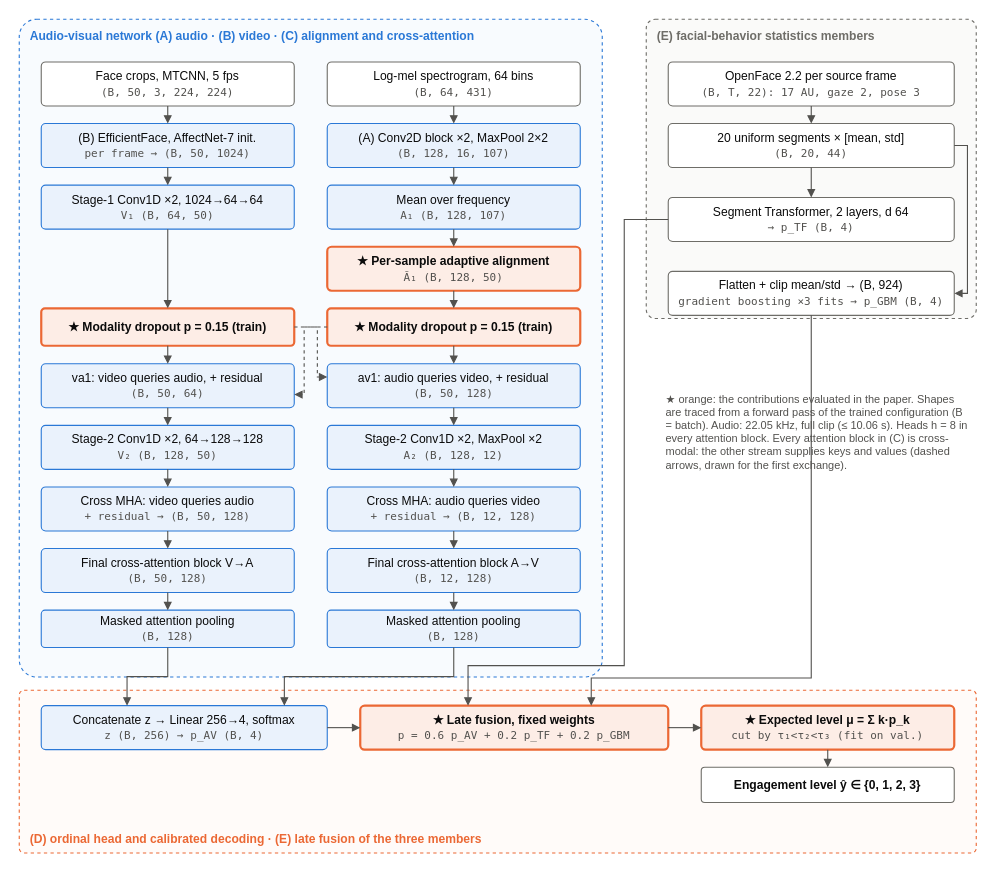
This is research/paper/figures/architecture.drawio from YuvrajGupta1808/AVTCA-Research, a draw.io file, before an edit. Source tidied: cells renumbered, new cells numbered last; positions are measured from the earlier drawing's top-left corner, leaving out a move shared by most shapes. Both pictures are drawn from the tidied source at 110%, with x=0, y=0 at pixel (19, 19).
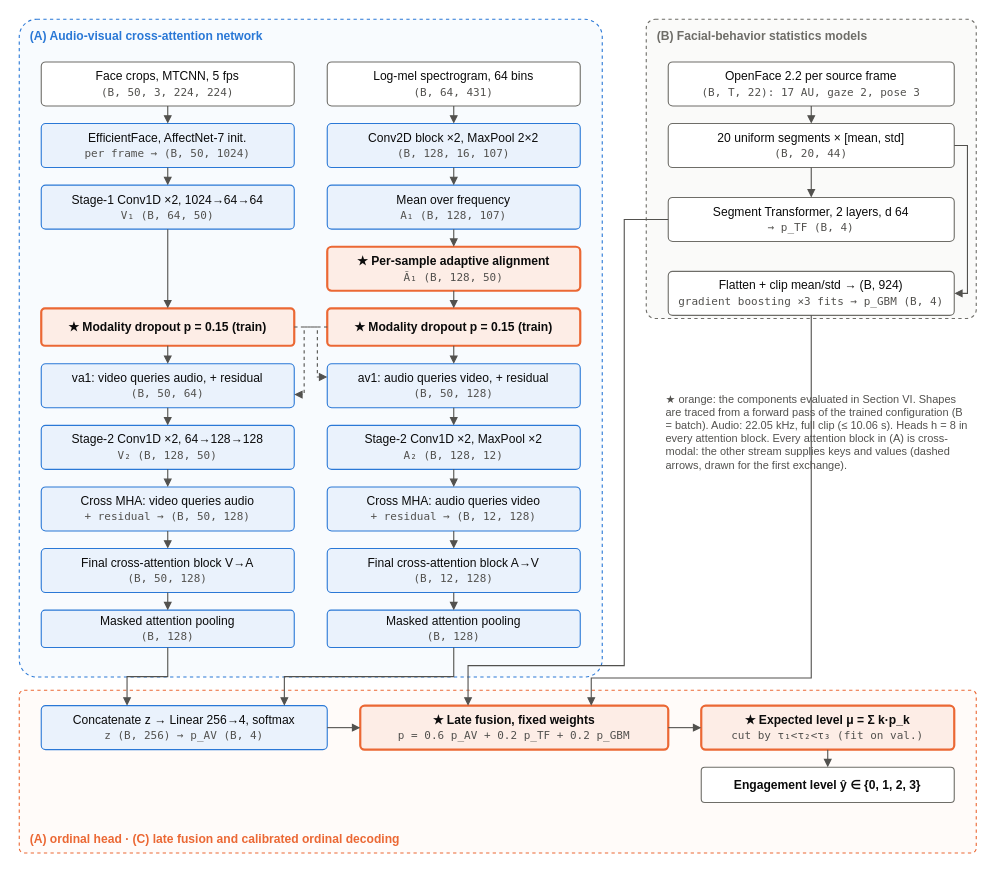
After the change.

Commit message (it also covers changes not shown here):
Paper: rewrite on the structure of the supervisor's FoleyGAN paper

What changed in the source:
```diff
@@
-    <mxCell id="2" value="Audio-visual network  (A) audio  ·  (B) video  ·  (C) alignment and cross-attention" style="rounded=1;arcSize=3;whiteSpace=wrap;html=1;dashed=1;strokeColor=#2A78D6;fillColor=#F8FBFE;verticalAlign=top;align=left;spacingLeft=8;spacingTop=2;spacingBottom=4;fontFamily=Helvetica;fontSize=11;fontStyle=1;fontColor=#2A78D6;" parent="1" vertex="1">
+    <mxCell id="2" value="(A) Audio-visual cross-attention network" style="rounded=1;arcSize=3;whiteSpace=wrap;html=1;dashed=1;strokeColor=#2A78D6;fillColor=#F8FBFE;verticalAlign=top;align=left;spacingLeft=8;spacingTop=2;spacingBottom=4;fontFamily=Helvetica;fontSize=11;fontStyle=1;fontColor=#2A78D6;" parent="1" vertex="1">
       <mxGeometry width="530" height="598" as="geometry" />
     </mxCell>
-    <mxCell id="3" value="(E) facial-behavior statistics members" style="rounded=1;arcSize=3;whiteSpace=wrap;html=1;dashed=1;strokeColor=#6E6D68;fillColor=#FAFAF9;verticalAlign=top;align=left;spacingLeft=8;spacingTop=2;spacingBottom=4;fontFamily=Helvetica;fontSize=11;fontStyle=1;fontColor=#6E6D68;" parent="1" vertex="1">
+    <mxCell id="3" value="(B) Facial-behavior statistics models" style="rounded=1;arcSize=3;whiteSpace=wrap;html=1;dashed=1;strokeColor=#6E6D68;fillColor=#FAFAF9;verticalAlign=top;align=left;spacingLeft=8;spacingTop=2;spacingBottom=4;fontFamily=Helvetica;fontSize=11;fontStyle=1;fontColor=#6E6D68;" parent="1" vertex="1">
       <mxGeometry x="570" width="300" height="272" as="geometry" />
     </mxCell>
-    <mxCell id="4" value="(D) ordinal head and calibrated decoding  ·  (E) late fusion of the three members" style="rounded=1;arcSize=3;whiteSpace=wrap;html=1;dashed=1;strokeColor=#EB6834;fillColor=#FFFBF9;verticalAlign=bottom;align=left;spacingLeft=8;spacingTop=2;spacingBottom=4;fontFamily=Helvetica;fontSize=11;fontStyle=1;fontColor=#EB6834;" parent="1" vertex="1">
+    <mxCell id="4" value="(A) ordinal head  ·  (C) late fusion and calibrated ordinal decoding" style="rounded=1;arcSize=3;whiteSpace=wrap;html=1;dashed=1;strokeColor=#EB6834;fillColor=#FFFBF9;verticalAlign=bottom;align=left;spacingLeft=8;spacingTop=2;spacingBottom=4;fontFamily=Helvetica;fontSize=11;fontStyle=1;fontColor=#EB6834;" parent="1" vertex="1">
       <mxGeometry y="610" width="870" height="148" as="geometry" />
     </mxCell>
@@
-    <mxCell id="8" value="(B) EfficientFace, AffectNet-7 init.&lt;br&gt;&lt;font face=&quot;DejaVu Sans Mono&quot; style=&quot;font-size:10px&quot; color=&quot;#52514E&quot;&gt;per frame → (B, 50, 1024)&lt;/font&gt;" style="rounded=1;arcSize=10;whiteSpace=wrap;html=1;strokeColor=#2A78D6;fillColor=#EAF2FC;strokeWidth=1;fontFamily=Helvetica;fontSize=11;fontColor=#0B0B0B;" parent="1" vertex="1">
+    <mxCell id="8" value="EfficientFace, AffectNet-7 init.&lt;br&gt;&lt;font face=&quot;DejaVu Sans Mono&quot; style=&quot;font-size:10px&quot; color=&quot;#52514E&quot;&gt;per frame → (B, 50, 1024)&lt;/font&gt;" style="rounded=1;arcSize=10;whiteSpace=wrap;html=1;strokeColor=#2A78D6;fillColor=#EAF2FC;strokeWidth=1;fontFamily=Helvetica;fontSize=11;fontColor=#0B0B0B;" parent="1" vertex="1">
       <mxGeometry x="20" y="94.8" width="230" height="40" as="geometry" />
     </mxCell>
@@
-    <mxCell id="10" value="(A) Conv2D block ×2, MaxPool 2×2&lt;br&gt;&lt;font face=&quot;DejaVu Sans Mono&quot; style=&quot;font-size:10px&quot; color=&quot;#52514E&quot;&gt;(B, 128, 16, 107)&lt;/font&gt;" style="rounded=1;arcSize=10;whiteSpace=wrap;html=1;strokeColor=#2A78D6;fillColor=#EAF2FC;strokeWidth=1;fontFamily=Helvetica;fontSize=11;fontColor=#0B0B0B;" parent="1" vertex="1">
+    <mxCell id="10" value="Conv2D block ×2, MaxPool 2×2&lt;br&gt;&lt;font face=&quot;DejaVu Sans Mono&quot; style=&quot;font-size:10px&quot; color=&quot;#52514E&quot;&gt;(B, 128, 16, 107)&lt;/font&gt;" style="rounded=1;arcSize=10;whiteSpace=wrap;html=1;strokeColor=#2A78D6;fillColor=#EAF2FC;strokeWidth=1;fontFamily=Helvetica;fontSize=11;fontColor=#0B0B0B;" parent="1" vertex="1">
       <mxGeometry x="280" y="94.8" width="230" height="40" as="geometry" />
     </mxCell>
@@
-    <mxCell id="61" value="★ orange: the contributions evaluated in the paper. Shapes are traced from a forward pass of the trained configuration (B = batch). Audio: 22.05 kHz, full clip (≤ 10.06 s). Heads h = 8 in every attention block. Every attention block in (C) is cross-modal: the other stream supplies keys and values (dashed arrows, drawn for the first exchange)." style="text;html=1;whiteSpace=wrap;align=left;verticalAlign=middle;fontFamily=Helvetica;fontSize=10;fontColor=#52514E;" parent="1" vertex="1">
+    <mxCell id="61" value="★ orange: the components evaluated in Section VI. Shapes are traced from a forward pass of the trained configuration (B = batch). Audio: 22.05 kHz, full clip (≤ 10.06 s). Heads h = 8 in every attention block. Every attention block in (A) is cross-modal: the other stream supplies keys and values (dashed arrows, drawn for the first exchange)." style="text;html=1;whiteSpace=wrap;align=left;verticalAlign=middle;fontFamily=Helvetica;fontSize=10;fontColor=#52514E;" parent="1" vertex="1">
       <mxGeometry x="586" y="300" width="280" height="150" as="geometry" />
     </mxCell>
```
